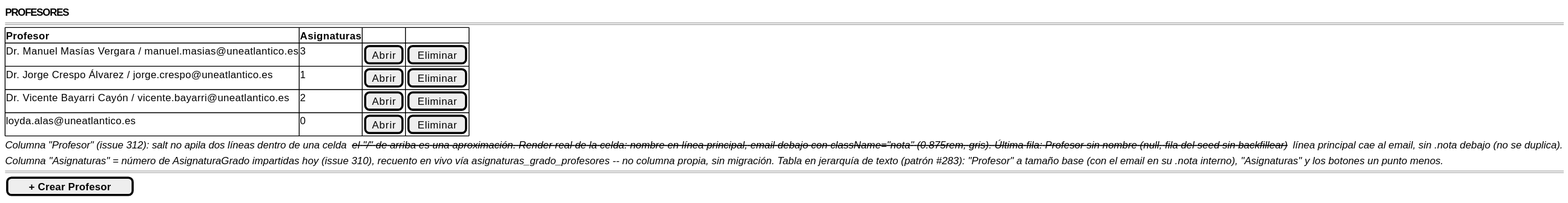
Above: images/RUP/01-requisitos/03-detalle-casos-uso/abrirProfesores/wireframe.svg in mmasias/pyCeldaPublico (PlantUML), before the change.
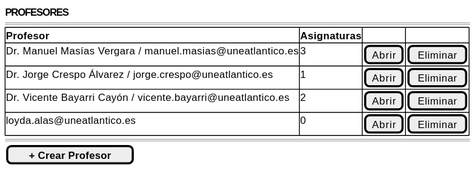
The same file after the commit.

Diff of the diagram source:
```diff
@@ -9,8 +9,6 @@
         Dr. Vicente Bayarri Cayón / vicente.bayarri@uneatlantico.es | 2 | [Abrir] | [Eliminar]
         loyda.alas@uneatlantico.es | 0 | [Abrir] | [Eliminar]
     }
-    <i>Columna "Profesor" (issue 312): salt no apila dos líneas dentro de una celda -- el "/" de arriba es una aproximación. Render real de la celda: nombre en línea principal, email debajo con className="nota" (0.875rem, gris). Última fila: Profesor sin nombre (null, fila del seed sin backfillear) -- línea principal cae al email, sin .nota debajo (no se duplica).</i>
-    <i>Columna "Asignaturas" = número de AsignaturaGrado impartidas hoy (issue 310), recuento en vivo vía asignaturas_grado_profesores -- no columna propia, sin migración. Tabla en jerarquía de texto (patrón #283): "Profesor" a tamaño base (con el email en su .nota interno), "Asignaturas" y los botones un punto menos.</i>
     ====
     [ <b>+ Crear Profesor</b> ]
 }
```
